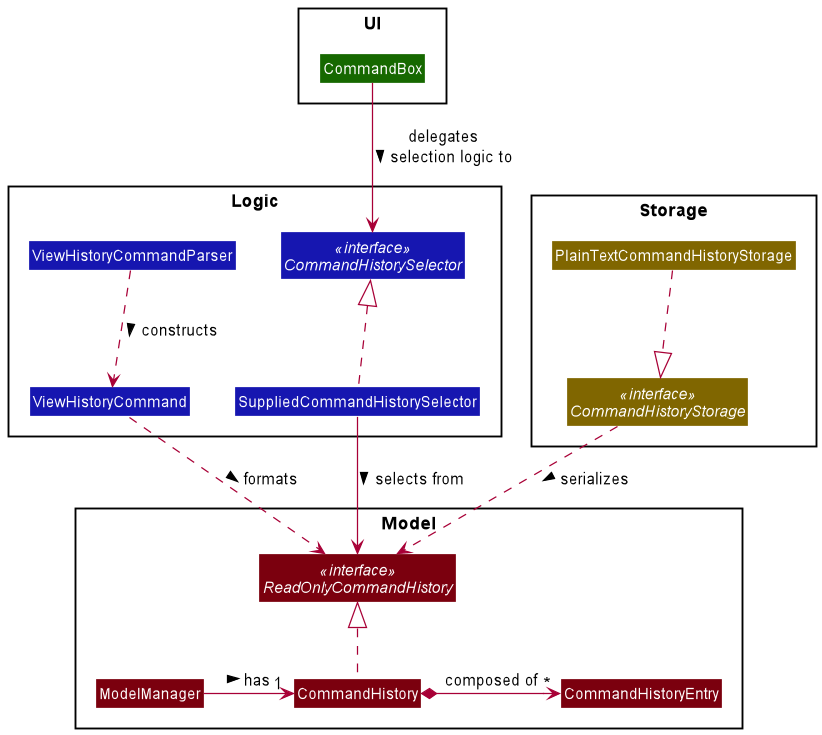
The PlantUML diagram docs/images/commandhistory/CmdHistModelClassDiagram.png in nus-cs2103-AY2021S2/tp, before a commit.
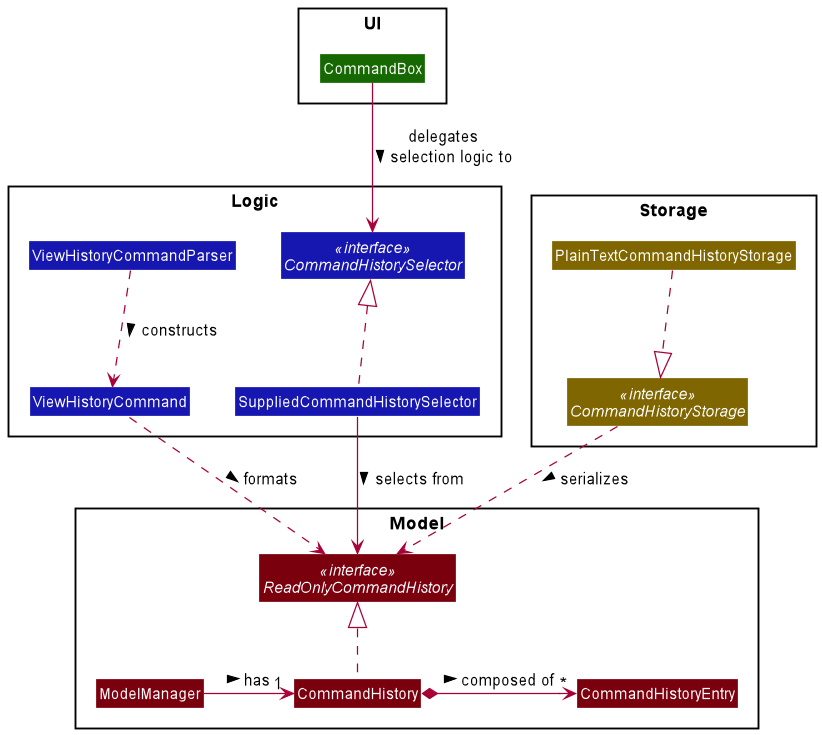
After the change.

Commit message:
Fix(DG): Add arrow to association label

Fixes #312

The edit, as a diff of the source:
```diff
@@ -26,7 +26,7 @@
 
 ReadOnlyCommandHistory <|.. CommandHistory
 CommandBox --> CommandHistorySelector : delegates\nselection logic to >
-CommandHistory *-> "*" CommandHistoryEntry : composed of
+CommandHistory *-> "*" CommandHistoryEntry : composed of >
 ModelManager -> "1" CommandHistory : has >
 ViewHistoryCommand ..> ReadOnlyCommandHistory : formats >
 ViewHistoryCommandParser ..> ViewHistoryCommand : constructs >
```
